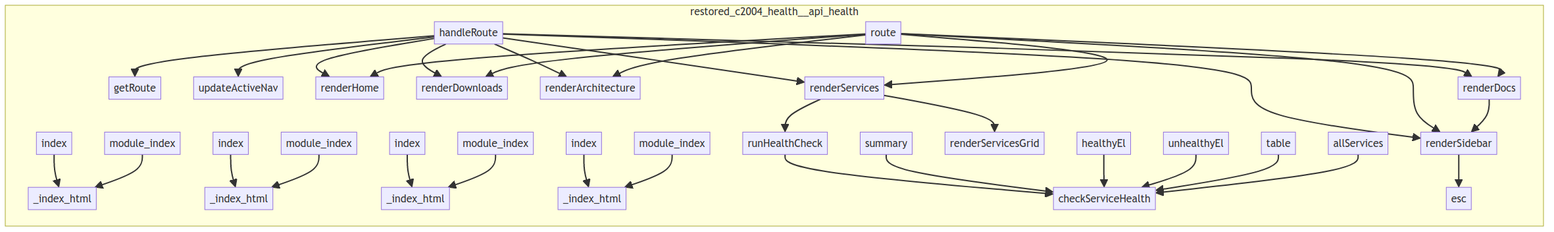
The Mermaid diagram project/calls.png in semcod/resplit, before a commit. Its source is kept beside it as project/calls.mmd.
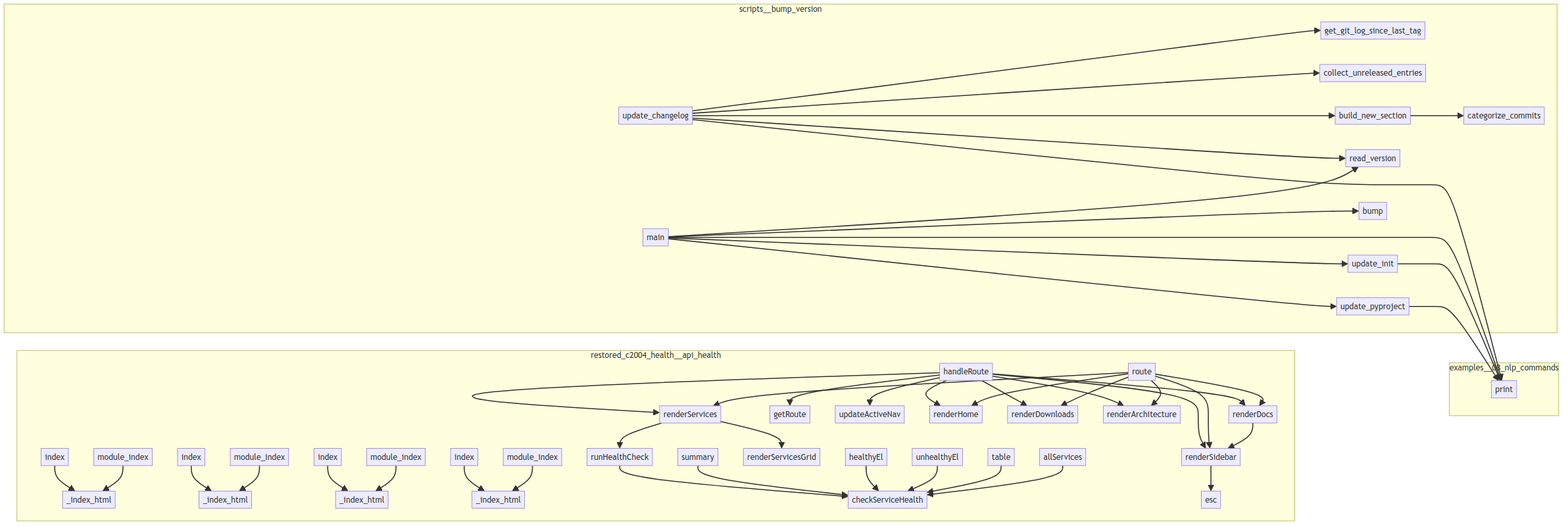
Above is the later version.

The edit, as a diff of the source:
```diff
@@ -1,36 +1,51 @@
 flowchart LR
+    subgraph examples__08_nlp_commands
+        examples__08_nlp_commands__README__print["print"]
+    end
     subgraph restored_c2004_health__api_health
-        restored_c2004_health__api_health__backend__modules__connect_reports_month__api__main__index["index"]
+        restored_c2004_health__api_health__backend__site__src__main__renderServices["renderServices"]
+        restored_c2004_health__api_health__backend__site__src__main__renderDocs["renderDocs"]
+        restored_c2004_health__api_health__backend__site__src__main__renderDownloads["renderDownloads"]
         restored_c2004_health__api_health__backend__site__src__main__getRoute["getRoute"]
+        restored_c2004_health__api_health__backend__site__src__main__updateActiveNav["updateActiveNav"]
+        restored_c2004_health__api_health__backend__site__src__main__allServices["allServices"]
+        restored_c2004_health__api_health__backend__site__src__main__table["table"]
+        restored_c2004_health__api_health__backend__modules__connect_manager_library__api__main__module_index["module_index"]
+        restored_c2004_health__api_health__backend__site__src__main__renderArchitecture["renderArchitecture"]
+        restored_c2004_health__api_health__backend__modules__connect_manager_library__api__main___index_html["_index_html"]
+        restored_c2004_health__api_health__backend__modules__connect_id_user_list__api__main__index["index"]
+        restored_c2004_health__api_health__backend__modules__connect_reports_month__api__main__module_index["module_index"]
+        restored_c2004_health__api_health__backend__site__src__main__healthyEl["healthyEl"]
+        restored_c2004_health__api_health__backend__site__src__main__route["route"]
         restored_c2004_health__api_health__backend__modules__connect_manager_library__api__main__index["index"]
-        restored_c2004_health__api_health__backend__site__src__main__renderSidebar["renderSidebar"]
-        restored_c2004_health__api_health__backend__site__src__main__runHealthCheck["runHealthCheck"]
-        restored_c2004_health__api_health__backend__site__src__main__allServices["allServices"]
-        restored_c2004_health__api_health__backend__site__src__main__updateActiveNav["updateActiveNav"]
-        restored_c2004_health__api_health__backend__modules__connect_manager_library__api__main__module_index["module_index"]
+        restored_c2004_health__api_health__backend__modules__connect_reports_month__api__main___index_html["_index_html"]
         restored_c2004_health__api_health__backend__site__src__main__renderServicesGrid["renderServicesGrid"]
         restored_c2004_health__api_health__backend__site__src__main__esc["esc"]
-        restored_c2004_health__api_health__backend__site__src__main__summary["summary"]
+        restored_c2004_health__api_health__backend__modules__connect_config_network__api__main__module_index["module_index"]
+        restored_c2004_health__api_health__backend__site__src__main__checkServiceHealth["checkServiceHealth"]
+        restored_c2004_health__api_health__backend__site__src__main__renderHome["renderHome"]
         restored_c2004_health__api_health__backend__modules__connect_id_user_list__api__main__module_index["module_index"]
         restored_c2004_health__api_health__backend__site__src__main__unhealthyEl["unhealthyEl"]
-        restored_c2004_health__api_health__backend__modules__connect_id_user_list__api__main__index["index"]
-        restored_c2004_health__api_health__backend__site__src__main__renderHome["renderHome"]
-        restored_c2004_health__api_health__backend__modules__connect_reports_month__api__main__module_index["module_index"]
-        restored_c2004_health__api_health__backend__site__src__main__renderServices["renderServices"]
-        restored_c2004_health__api_health__backend__site__src__main__checkServiceHealth["checkServiceHealth"]
-        restored_c2004_health__api_health__backend__site__src__main__renderArchitecture["renderArchitecture"]
-        restored_c2004_health__api_health__backend__modules__connect_manager_library__api__main___index_html["_index_html"]
+        restored_c2004_health__api_health__backend__modules__connect_config_network__api__main___index_html["_index_html"]
+        restored_c2004_health__api_health__backend__site__src__main__summary["summary"]
+        restored_c2004_health__api_health__backend__modules__connect_config_network__api__main__index["index"]
+        restored_c2004_health__api_health__backend__site__src__main__renderSidebar["renderSidebar"]
+        restored_c2004_health__api_health__backend__site__src__main__handleRoute["handleRoute"]
+        restored_c2004_health__api_health__backend__modules__connect_reports_month__api__main__index["index"]
         restored_c2004_health__api_health__backend__modules__connect_id_user_list__api__main___index_html["_index_html"]
-        restored_c2004_health__api_health__backend__site__src__main__renderDocs["renderDocs"]
-        restored_c2004_health__api_health__backend__site__src__main__table["table"]
-        restored_c2004_health__api_health__backend__site__src__main__handleRoute["handleRoute"]
-        restored_c2004_health__api_health__backend__site__src__main__healthyEl["healthyEl"]
-        restored_c2004_health__api_health__backend__site__src__main__renderDownloads["renderDownloads"]
-        restored_c2004_health__api_health__backend__modules__connect_config_network__api__main__module_index["module_index"]
-        restored_c2004_health__api_health__backend__modules__connect_config_network__api__main__index["index"]
-        restored_c2004_health__api_health__backend__modules__connect_reports_month__api__main___index_html["_index_html"]
-        restored_c2004_health__api_health__backend__modules__connect_config_network__api__main___index_html["_index_html"]
-        restored_c2004_health__api_health__backend__site__src__main__route["route"]
+        restored_c2004_health__api_health__backend__site__src__main__runHealthCheck["runHealthCheck"]
+    end
+    subgraph scripts__bump_version
+        scripts__bump_version__update_init["update_init"]
+        scripts__bump_version__get_git_log_since_last_tag["get_git_log_since_last_tag"]
+        scripts__bump_version__categorize_commits["categorize_commits"]
+        scripts__bump_version__bump["bump"]
+        scripts__bump_version__collect_unreleased_entries["collect_unreleased_entries"]
+        scripts__bump_version__update_changelog["update_changelog"]
+        scripts__bump_version__build_new_section["build_new_section"]
+        scripts__bump_version__main["main"]
+        scripts__bump_version__update_pyproject["update_pyproject"]
+        scripts__bump_version__read_version["read_version"]
     end
     restored_c2004_health__api_health__backend__modules__connect_config_network__api__main__index --> restored_c2004_health__api_health__backend__modules__connect_config_network__api__main___index_html
     restored_c2004_health__api_health__backend__modules__connect_config_network__api__main__module_index --> restored_c2004_health__api_health__backend__modules__connect_config_network__api__main___index_html
@@ -64,3 +79,16 @@
     restored_c2004_health__api_health__backend__site__src__main__allServices --> restored_c2004_health__api_health__backend__site__src__main__checkServiceHealth
     restored_c2004_health__api_health__backend__site__src__main__renderDocs --> restored_c2004_health__api_health__backend__site__src__main__renderSidebar
     restored_c2004_health__api_health__backend__site__src__main__renderSidebar --> restored_c2004_health__api_health__backend__site__src__main__esc
+    scripts__bump_version__update_init --> examples__08_nlp_commands__README__print
+    scripts__bump_version__update_pyproject --> examples__08_nlp_commands__README__print
+    scripts__bump_version__build_new_section --> scripts__bump_version__categorize_commits
+    scripts__bump_version__update_changelog --> scripts__bump_version__get_git_log_since_last_tag
+    scripts__bump_version__update_changelog --> scripts__bump_version__collect_unreleased_entries
+    scripts__bump_version__update_changelog --> scripts__bump_version__build_new_section
+    scripts__bump_version__update_changelog --> scripts__bump_version__read_version
+    scripts__bump_version__update_changelog --> examples__08_nlp_commands__README__print
+    scripts__bump_version__main --> scripts__bump_version__read_version
+    scripts__bump_version__main --> scripts__bump_version__bump
+    scripts__bump_version__main --> examples__08_nlp_commands__README__print
+    scripts__bump_version__main --> scripts__bump_version__update_init
+    scripts__bump_version__main --> scripts__bump_version__update_pyproject
```
